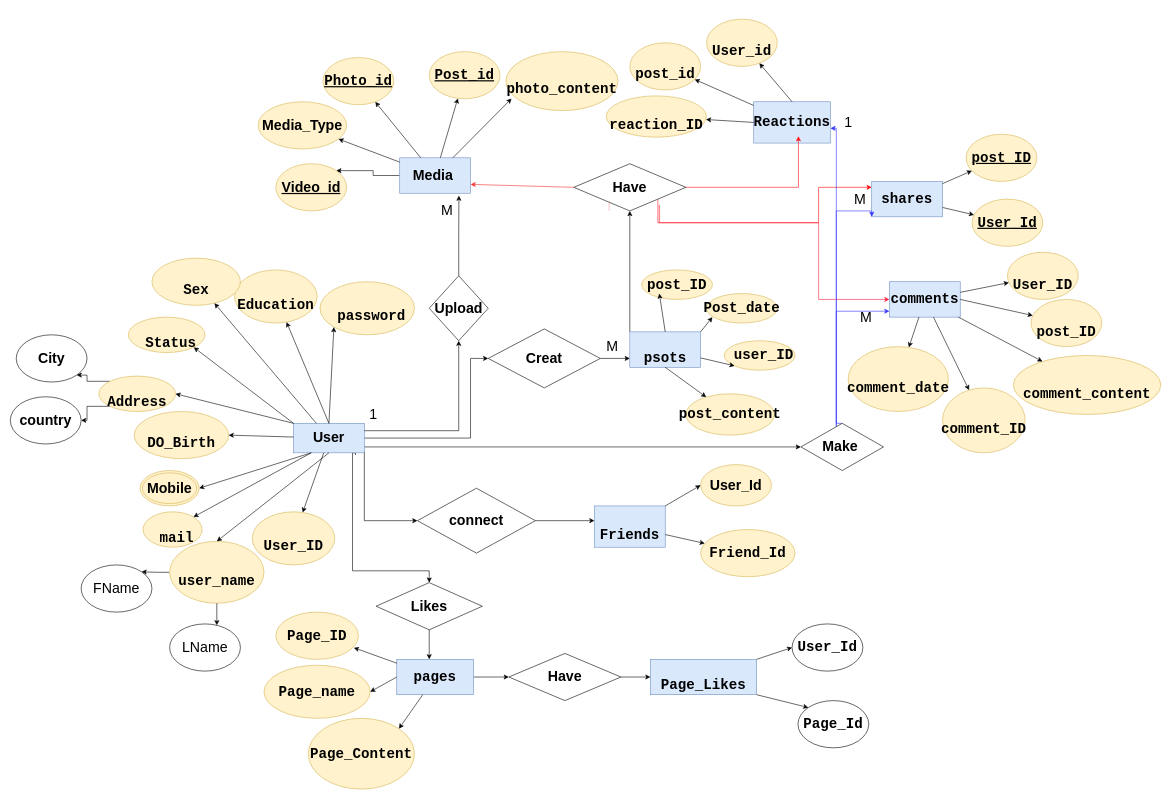
This is weyou/Untitled Diagram.drawio from elarabyelaidy19/database_of_databases, a draw.io file, before an edit. Source tidied: cells renumbered, new cells numbered last; positions are measured from the earlier drawing's top-left corner, leaving out a move shared by most shapes. Both pictures are drawn from the tidied source at 59%, with x=0, y=0 at pixel (10, 19).
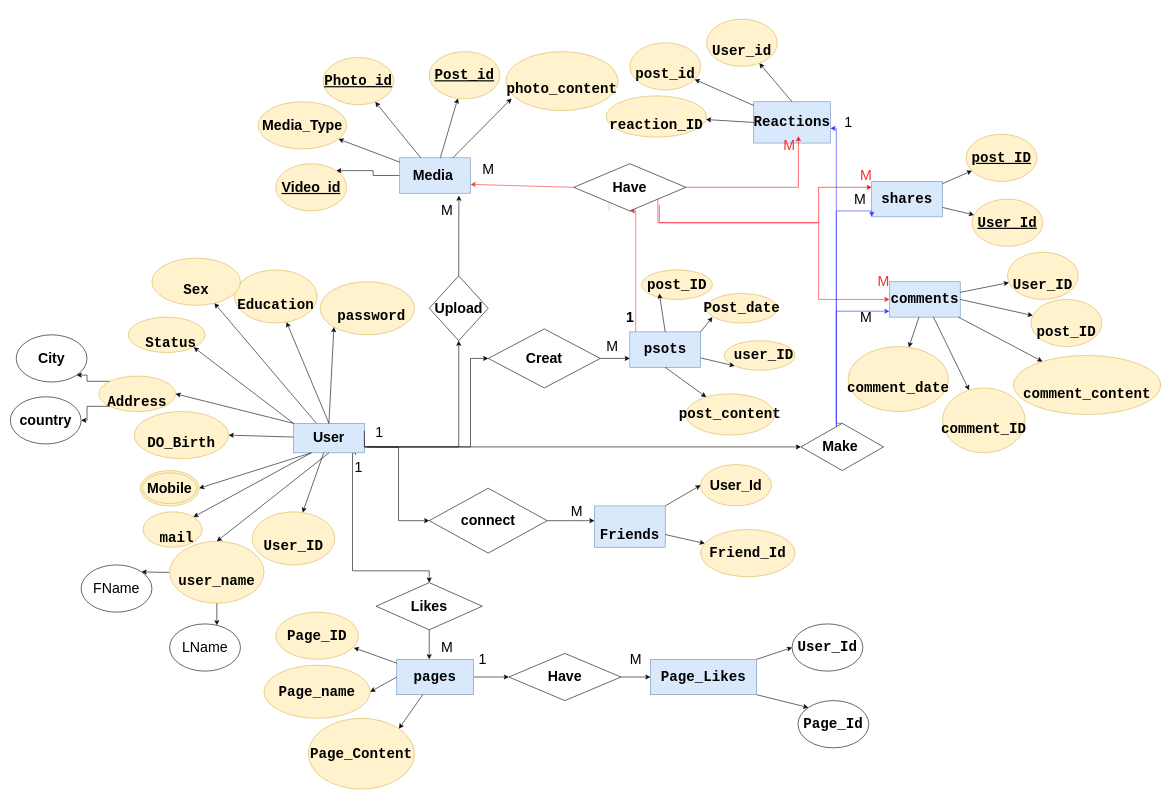
The same diagram, later.

The change refers to these unchanged cells:
```xml
<mxCell id="13" value="&lt;font style=&quot;font-size: 24px;&quot;&gt;User&lt;/font&gt;" style="rounded=0;whiteSpace=wrap;html=1;fillColor=#dae8fc;strokeColor=#6c8ebf;labelBackgroundColor=none;fontSize=24;fontStyle=1;" parent="1" vertex="1">
  <mxGeometry x="480" y="685" width="120" height="50" as="geometry" />
</mxCell>
<mxCell id="58" value="&lt;font style=&quot;font-size: 24px;&quot;&gt;Creat&lt;/font&gt;" style="rhombus;whiteSpace=wrap;html=1;labelBackgroundColor=none;fontSize=24;fontStyle=1;" parent="1" vertex="1">
  <mxGeometry x="810" y="525" width="190" height="100" as="geometry" />
</mxCell>
<mxCell id="62" value="&lt;font style=&quot;font-size: 24px;&quot;&gt;Have&lt;/font&gt;" style="rhombus;whiteSpace=wrap;html=1;labelBackgroundColor=none;fontSize=24;fontStyle=1;" parent="1" vertex="1">
  <mxGeometry x="955" y="245" width="190" height="80" as="geometry" />
</mxCell>
<mxCell id="111" value="&lt;font style=&quot;font-size: 24px;&quot;&gt;Upload&lt;/font&gt;" style="rhombus;whiteSpace=wrap;html=1;labelBackgroundColor=none;fontColor=#000000;fontSize=24;fontStyle=1;" parent="1" vertex="1">
  <mxGeometry x="710" y="435" width="100" height="110" as="geometry" />
</mxCell>
```

What changed in the source:
```diff
@@
-    <mxCell id="3" value="&lt;font style=&quot;font-size: 24px;&quot;&gt;&lt;br style=&quot;font-size: 24px;&quot;&gt;&lt;br style=&quot;font-size: 24px;&quot;&gt;&lt;/font&gt;&lt;div style=&quot;font-family: consolas, &amp;quot;courier new&amp;quot;, monospace; font-size: 24px; line-height: 24px;&quot;&gt;&lt;div style=&quot;font-size: 24px;&quot;&gt;&lt;span style=&quot;font-size: 24px;&quot;&gt;&lt;font style=&quot;font-size: 24px;&quot;&gt;Page_Likes&lt;/font&gt;&lt;/span&gt;&lt;/div&gt;&lt;/div&gt;&lt;font style=&quot;font-size: 24px;&quot;&gt;&lt;br style=&quot;font-size: 24px;&quot;&gt;&lt;/font&gt;" style="rounded=0;whiteSpace=wrap;html=1;fillColor=#dae8fc;strokeColor=#6c8ebf;labelBackgroundColor=none;fontSize=24;fontStyle=1;" parent="1" vertex="1">
+    <mxCell id="3" value="&lt;font style=&quot;font-size: 24px&quot;&gt;&lt;br style=&quot;font-size: 24px&quot;&gt;&lt;span style=&quot;font-family: &amp;#34;consolas&amp;#34; , &amp;#34;courier new&amp;#34; , monospace&quot;&gt;Page_Likes&lt;/span&gt;&lt;br&gt;&lt;/font&gt;&lt;font style=&quot;font-size: 24px&quot;&gt;&lt;br style=&quot;font-size: 24px&quot;&gt;&lt;/font&gt;" style="rounded=0;whiteSpace=wrap;html=1;fillColor=#dae8fc;strokeColor=#6c8ebf;labelBackgroundColor=none;fontSize=24;fontStyle=1;" parent="1" vertex="1">
       <mxGeometry x="1085" y="1085" width="180" height="60" as="geometry" />
     </mxCell>
@@
     <mxCell id="9" style="edgeStyle=orthogonalEdgeStyle;rounded=0;jettySize=auto;html=1;entryX=0;entryY=0.5;entryDx=0;entryDy=0;labelBackgroundColor=none;exitX=1;exitY=0.5;exitDx=0;exitDy=0;fontSize=24;fontStyle=1;" parent="1" edge="1" source="13" target="58">
       <mxGeometry relative="1" as="geometry">
         <Array as="points">
-          <mxPoint x="780" y="710" />
+          <mxPoint x="600" y="725" />
+          <mxPoint x="780" y="725" />
           <mxPoint x="780" y="575" />
         </Array>
       </mxGeometry>
     </mxCell>
-    <mxCell id="10" style="edgeStyle=orthogonalEdgeStyle;rounded=0;jettySize=auto;html=1;exitX=0.908;exitY=0.954;exitDx=0;exitDy=0;exitPerimeter=0;labelBackgroundColor=none;fontSize=24;fontStyle=1;" parent="1" edge="1" source="13" target="66">
-      <mxGeometry relative="1" as="geometry">
-        <Array as="points">
-          <mxPoint x="600" y="733" />
-          <mxPoint x="600" y="850" />
-        </Array>
-      </mxGeometry>
-    </mxCell>
@@
-    <mxCell id="14" style="edgeStyle=orthogonalEdgeStyle;rounded=0;jettySize=auto;html=1;exitX=0;exitY=0;exitDx=0;exitDy=0;entryX=0.5;entryY=1;entryDx=0;entryDy=0;labelBackgroundColor=none;fontSize=24;fontStyle=1;" parent="1" edge="1" source="15" target="62">
+    <mxCell id="14" style="edgeStyle=orthogonalEdgeStyle;rounded=0;jettySize=auto;html=1;exitX=0;exitY=0;exitDx=0;exitDy=0;entryX=0.5;entryY=1;entryDx=0;entryDy=0;labelBackgroundColor=none;fontSize=24;fontStyle=1;strokeColor=#F73131;" parent="1" edge="1" source="15" target="62">
       <mxGeometry relative="1" as="geometry">
         <Array as="points">
-          <mxPoint x="1050" y="425" />
-          <mxPoint x="1050" y="425" />
+          <mxPoint x="1060" y="531" />
+          <mxPoint x="1060" y="325" />
         </Array>
       </mxGeometry>
     </mxCell>
-    <mxCell id="15" value="&lt;font style=&quot;font-size: 24px;&quot;&gt;&lt;br style=&quot;font-size: 24px;&quot;&gt;&lt;br style=&quot;font-size: 24px;&quot;&gt;&lt;/font&gt;&lt;div style=&quot;font-family: consolas, &amp;quot;courier new&amp;quot;, monospace; line-height: 24px; font-size: 24px;&quot;&gt;&lt;div style=&quot;font-size: 24px;&quot;&gt;&lt;span style=&quot;font-size: 24px;&quot;&gt;&lt;font style=&quot;font-size: 24px;&quot;&gt;psots&lt;/font&gt;&lt;/span&gt;&lt;/div&gt;&lt;/div&gt;&lt;font style=&quot;font-size: 24px;&quot;&gt;&lt;br style=&quot;font-size: 24px;&quot;&gt;&lt;/font&gt;" style="rounded=0;whiteSpace=wrap;html=1;fillColor=#dae8fc;strokeColor=#6c8ebf;labelBackgroundColor=none;fontSize=24;fontStyle=1;" parent="1" vertex="1">
+    <mxCell id="15" value="&lt;font style=&quot;font-size: 24px&quot;&gt;&lt;br style=&quot;font-size: 24px&quot;&gt;&lt;span style=&quot;font-family: &amp;#34;consolas&amp;#34; , &amp;#34;courier new&amp;#34; , monospace&quot;&gt;psots&lt;/span&gt;&lt;br&gt;&lt;/font&gt;&lt;font style=&quot;font-size: 24px&quot;&gt;&lt;br style=&quot;font-size: 24px&quot;&gt;&lt;/font&gt;" style="rounded=0;whiteSpace=wrap;html=1;fillColor=#dae8fc;strokeColor=#6c8ebf;labelBackgroundColor=none;fontSize=24;fontStyle=1;" parent="1" vertex="1">
       <mxGeometry x="1050" y="530" width="120" height="60" as="geometry" />
     </mxCell>
@@
     <mxCell id="56" style="edgeStyle=orthogonalEdgeStyle;rounded=0;jettySize=auto;html=1;exitX=1;exitY=0.25;exitDx=0;exitDy=0;labelBackgroundColor=none;entryX=0.5;entryY=1;entryDx=0;entryDy=0;fontSize=24;fontStyle=1;" parent="1" edge="1" source="13" target="111">
       <mxGeometry relative="1" as="geometry">
         <Array as="points">
-          <mxPoint x="760" y="698" />
+          <mxPoint x="600" y="725" />
+          <mxPoint x="760" y="725" />
         </Array>
       </mxGeometry>
     </mxCell>
@@
     <mxCell id="66" value="&lt;font style=&quot;font-size: 24px;&quot;&gt;connect&lt;/font&gt;" style="rhombus;whiteSpace=wrap;html=1;labelBackgroundColor=none;fontSize=24;fontStyle=1;" parent="1" vertex="1">
-      <mxGeometry x="690" y="795" width="200" height="110" as="geometry" />
+      <mxGeometry x="710" y="795" width="200" height="110" as="geometry" />
     </mxCell>
@@
     <mxCell id="119" value="1" style="text;html=1;align=center;verticalAlign=middle;strokeColor=none;fontSize=24;fontColor=#000000;" parent="1" vertex="1">
-      <mxGeometry x="600" y="655" width="30" height="30" as="geometry" />
+      <mxGeometry x="610" y="685" width="30" height="30" as="geometry" />
     </mxCell>
@@
+    <mxCell id="125" style="edgeStyle=orthogonalEdgeStyle;rounded=0;jettySize=auto;html=1;entryX=0;entryY=0.5;entryDx=0;entryDy=0;labelBackgroundColor=none;fontSize=24;fontColor=#000000;" parent="1" edge="1" target="66">
+      <mxGeometry relative="1" as="geometry">
+        <mxPoint x="605" y="725" as="sourcePoint" />
+      </mxGeometry>
+    </mxCell>
+    <mxCell id="126" value="1" style="text;html=1;align=center;verticalAlign=middle;strokeColor=none;fontSize=24;fontColor=#000000;" parent="1" vertex="1">
+      <mxGeometry x="575" y="745" width="30" height="30" as="geometry" />
+    </mxCell>
+    <mxCell id="127" value="M" style="text;html=1;align=center;verticalAlign=middle;strokeColor=none;fontSize=24;fontColor=#000000;" parent="1" vertex="1">
+      <mxGeometry x="720" y="1050" width="40" height="30" as="geometry" />
+    </mxCell>
+    <mxCell id="128" value="1" style="text;html=1;align=center;verticalAlign=middle;strokeColor=none;fontSize=24;fontColor=#000000;" parent="1" vertex="1">
+      <mxGeometry x="785" y="1070" width="30" height="30" as="geometry" />
+    </mxCell>
+    <mxCell id="129" value="M" style="text;html=1;align=center;verticalAlign=middle;strokeColor=none;fontSize=24;fontColor=#000000;" parent="1" vertex="1">
+      <mxGeometry x="1040" y="1070" width="40" height="30" as="geometry" />
+    </mxCell>
+    <mxCell id="130" value="M" style="text;html=1;align=center;verticalAlign=middle;strokeColor=none;fontSize=24;fontColor=#000000;" parent="1" vertex="1">
+      <mxGeometry x="940" y="820" width="40" height="30" as="geometry" />
+    </mxCell>
+    <mxCell id="131" value="&lt;b&gt;1&lt;/b&gt;" style="text;html=1;align=center;verticalAlign=middle;strokeColor=none;fontSize=24;fontColor=#000000;" parent="1" vertex="1">
+      <mxGeometry x="1035" y="490" width="30" height="30" as="geometry" />
+    </mxCell>
+    <mxCell id="132" value="M" style="text;html=1;align=center;verticalAlign=middle;strokeColor=none;fontSize=24;fontColor=#000000;" parent="1" vertex="1">
+      <mxGeometry x="790" y="240" width="40" height="30" as="geometry" />
+    </mxCell>
+    <mxCell id="133" value="&lt;font color=&quot;#f73131&quot;&gt;M&lt;/font&gt;" style="text;html=1;align=center;verticalAlign=middle;strokeColor=none;fontSize=24;fontColor=#000000;" parent="1" vertex="1">
+      <mxGeometry x="1300" y="200" width="40" height="30" as="geometry" />
+    </mxCell>
+    <mxCell id="134" value="&lt;font color=&quot;#f73131&quot;&gt;M&lt;/font&gt;" style="text;html=1;align=center;verticalAlign=middle;strokeColor=none;fontSize=24;fontColor=#000000;" parent="1" vertex="1">
+      <mxGeometry x="1430" y="250" width="40" height="30" as="geometry" />
+    </mxCell>
+    <mxCell id="135" value="&lt;font color=&quot;#f73131&quot;&gt;M&lt;/font&gt;" style="text;html=1;align=center;verticalAlign=middle;strokeColor=none;fontSize=24;fontColor=#000000;" parent="1" vertex="1">
+      <mxGeometry x="1460" y="430" width="40" height="30" as="geometry" />
+    </mxCell>
```
